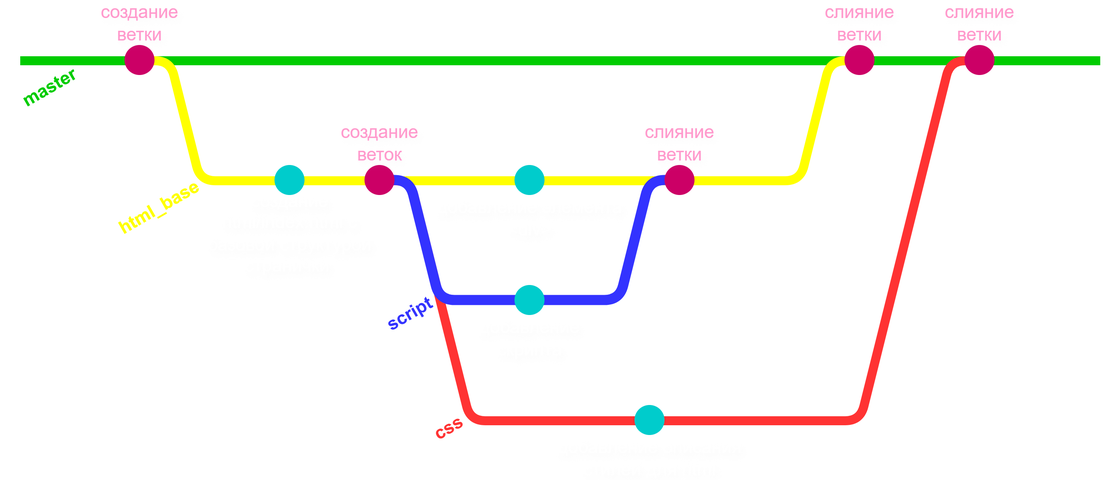
Above: images/lab_3/pic 2.png in Porfik/KTI-lab-manual (draw.io), before the change. Source tidied: cells renumbered, new cells last; positions are measured from the earlier drawing's top-left corner, leaving out a move shared by most shapes. The source it was exported from:
```xml
<mxGraphModel>
  <root>
    <mxCell id="0" />
    <mxCell id="1" parent="0" />
    <mxCell id="2" style="endArrow=none;html=1;rounded=0;strokeWidth=6;strokeColor=light-dark(#000000,#00CC00);" parent="1" edge="1">
      <mxGeometry relative="1" as="geometry">
        <mxPoint x="10" y="40" as="sourcePoint" />
        <mxPoint x="730" y="40" as="targetPoint" />
      </mxGeometry>
    </mxCell>
    <mxCell id="3" style="endArrow=none;html=1;rounded=1;strokeWidth=6;strokeColor=light-dark(#000000,#FFFF00);curved=0;" parent="1" edge="1">
      <mxGeometry relative="1" as="geometry">
        <mxPoint x="90" y="40" as="sourcePoint" />
        <mxPoint x="570" y="40" as="targetPoint" />
        <Array as="points">
          <mxPoint x="110" y="40" />
          <mxPoint x="130" y="120" />
          <mxPoint x="530" y="120" />
          <mxPoint x="550" y="40" />
        </Array>
      </mxGeometry>
    </mxCell>
    <mxCell id="4" style="endArrow=none;html=1;rounded=1;strokeWidth=6;strokeColor=light-dark(#000000,#FF3333);curved=0;" parent="1" edge="1">
      <mxGeometry relative="1" as="geometry">
        <mxPoint x="250" y="120" as="sourcePoint" />
        <mxPoint x="650" y="40" as="targetPoint" />
        <Array as="points">
          <mxPoint x="270" y="120" />
          <mxPoint x="310" y="280" />
          <mxPoint x="570" y="280" />
          <mxPoint x="630" y="40" />
        </Array>
      </mxGeometry>
    </mxCell>
    <mxCell id="5" style="endArrow=none;html=1;rounded=1;strokeWidth=6.8;strokeColor=light-dark(#000000,#3333FF);curved=0;" parent="1" edge="1">
      <mxGeometry relative="1" as="geometry">
        <mxPoint x="250" y="120" as="sourcePoint" />
        <mxPoint x="450" y="120" as="targetPoint" />
        <Array as="points">
          <mxPoint x="270" y="120" />
          <mxPoint x="290" y="200" />
          <mxPoint x="410" y="200" />
          <mxPoint x="430" y="120" />
        </Array>
      </mxGeometry>
    </mxCell>
    <mxCell id="6" style="ellipse;whiteSpace=wrap;html=1;fillColor=light-dark(#FFFFFF,#CC0066);strokeColor=none;" parent="1" vertex="1">
      <mxGeometry x="240" y="110" width="20" height="20" as="geometry" />
    </mxCell>
    <mxCell id="7" style="ellipse;whiteSpace=wrap;html=1;fillColor=light-dark(#FFFFFF,#CC0066);strokeColor=none;" parent="1" vertex="1">
      <mxGeometry x="80" y="30" width="20" height="20" as="geometry" />
    </mxCell>
    <mxCell id="8" style="ellipse;whiteSpace=wrap;html=1;fillColor=light-dark(#FFFFFF,#CC0066);strokeColor=none;" parent="1" vertex="1">
      <mxGeometry x="440" y="110" width="20" height="20" as="geometry" />
    </mxCell>
    <mxCell id="9" style="ellipse;whiteSpace=wrap;html=1;fillColor=light-dark(#FFFFFF,#CC0066);strokeColor=none;" parent="1" vertex="1">
      <mxGeometry x="640" y="30" width="20" height="20" as="geometry" />
    </mxCell>
    <mxCell id="10" style="ellipse;whiteSpace=wrap;html=1;fillColor=light-dark(#FFFFFF,#00CCCC);strokeColor=none;" parent="1" vertex="1">
      <mxGeometry x="340" y="190" width="20" height="20" as="geometry" />
    </mxCell>
    <mxCell id="11" style="ellipse;whiteSpace=wrap;html=1;fillColor=light-dark(#FFFFFF,#00CCCC);strokeColor=none;" parent="1" vertex="1">
      <mxGeometry x="420" y="270" width="20" height="20" as="geometry" />
    </mxCell>
    <mxCell id="12" style="ellipse;whiteSpace=wrap;html=1;fillColor=light-dark(#FFFFFF,#00CCCC);strokeColor=none;" parent="1" vertex="1">
      <mxGeometry x="340" y="110" width="20" height="20" as="geometry" />
    </mxCell>
    <mxCell id="13" style="ellipse;whiteSpace=wrap;html=1;fillColor=light-dark(#FFFFFF,#00CCCC);strokeColor=none;" parent="1" vertex="1">
      <mxGeometry x="180" y="110" width="20" height="20" as="geometry" />
    </mxCell>
    <mxCell id="14" style="ellipse;whiteSpace=wrap;html=1;fillColor=light-dark(#FFFFFF,#CC0066);strokeColor=none;" parent="1" vertex="1">
      <mxGeometry x="560" y="30" width="20" height="20" as="geometry" />
    </mxCell>
    <mxCell id="15" value="&lt;font style=&quot;color: light-dark(rgb(0, 0, 0), rgb(0, 204, 0));&quot;&gt;&lt;b&gt;master&lt;/b&gt;&lt;/font&gt;" style="text;html=1;align=center;verticalAlign=middle;whiteSpace=wrap;rounded=0;rotation=-30;" parent="1" vertex="1">
      <mxGeometry y="43" width="60" height="30" as="geometry" />
    </mxCell>
    <mxCell id="16" value="&lt;font style=&quot;color: light-dark(rgb(255, 255, 0), rgb(255, 255, 0));&quot;&gt;&lt;b&gt;html_base&lt;/b&gt;&lt;/font&gt;" style="text;html=1;align=center;verticalAlign=middle;whiteSpace=wrap;rounded=0;rotation=-30;" parent="1" vertex="1">
      <mxGeometry x="73" y="123" width="60" height="30" as="geometry" />
    </mxCell>
    <mxCell id="17" value="&lt;font style=&quot;color: light-dark(rgb(255, 255, 0), rgb(51, 51, 255));&quot;&gt;&lt;b&gt;script&lt;/b&gt;&lt;/font&gt;" style="text;html=1;align=center;verticalAlign=middle;whiteSpace=wrap;rounded=0;rotation=-30;" parent="1" vertex="1">
      <mxGeometry x="240" y="194" width="60" height="30" as="geometry" />
    </mxCell>
    <mxCell id="18" value="&lt;font style=&quot;color: light-dark(rgb(51, 51, 255), rgb(255, 51, 51));&quot;&gt;&lt;b&gt;css&lt;/b&gt;&lt;/font&gt;" style="text;html=1;align=center;verticalAlign=middle;whiteSpace=wrap;rounded=0;rotation=-30;" parent="1" vertex="1">
      <mxGeometry x="266" y="270" width="60" height="30" as="geometry" />
    </mxCell>
    <mxCell id="19" value="&lt;span&gt;&lt;font style=&quot;color: light-dark(rgb(0, 0, 0), rgb(255, 153, 204));&quot;&gt;создание ветки&lt;/font&gt;&lt;/span&gt;" style="text;html=1;align=center;verticalAlign=middle;whiteSpace=wrap;rounded=0;strokeColor=none;labelBorderColor=none;textShadow=1;" parent="1" vertex="1">
      <mxGeometry x="60" width="60" height="30" as="geometry" />
    </mxCell>
    <mxCell id="20" value="&lt;span&gt;&lt;font style=&quot;color: light-dark(rgb(0, 0, 0), rgb(255, 153, 204));&quot;&gt;создание веток&lt;/font&gt;&lt;/span&gt;" style="text;html=1;align=center;verticalAlign=middle;whiteSpace=wrap;rounded=0;strokeColor=none;labelBorderColor=none;textShadow=1;" parent="1" vertex="1">
      <mxGeometry x="220" y="80" width="60" height="30" as="geometry" />
    </mxCell>
    <mxCell id="21" value="&lt;span&gt;&lt;font style=&quot;color: light-dark(rgb(0, 0, 0), rgb(255, 153, 204));&quot;&gt;слияние&lt;/font&gt;&lt;/span&gt;&lt;div&gt;&lt;span&gt;&lt;font style=&quot;color: light-dark(rgb(0, 0, 0), rgb(255, 153, 204));&quot;&gt;ветки&lt;/font&gt;&lt;/span&gt;&lt;/div&gt;" style="text;html=1;align=center;verticalAlign=middle;whiteSpace=wrap;rounded=0;strokeColor=none;labelBorderColor=none;textShadow=1;" parent="1" vertex="1">
      <mxGeometry x="540" width="60" height="30" as="geometry" />
    </mxCell>
    <mxCell id="22" value="&lt;span&gt;&lt;font style=&quot;color: light-dark(rgb(0, 0, 0), rgb(255, 153, 204));&quot;&gt;слияние&lt;/font&gt;&lt;/span&gt;&lt;div&gt;&lt;span&gt;&lt;font style=&quot;color: light-dark(rgb(0, 0, 0), rgb(255, 153, 204));&quot;&gt;ветки&lt;/font&gt;&lt;/span&gt;&lt;/div&gt;" style="text;html=1;align=center;verticalAlign=middle;whiteSpace=wrap;rounded=0;strokeColor=none;labelBorderColor=none;textShadow=1;" parent="1" vertex="1">
      <mxGeometry x="620" width="60" height="30" as="geometry" />
    </mxCell>
    <mxCell id="23" value="&lt;span&gt;&lt;font style=&quot;color: light-dark(rgb(0, 0, 0), rgb(255, 255, 255));&quot;&gt;создание html/index.html с базовой структурой странички&amp;nbsp;&lt;/font&gt;&lt;/span&gt;" style="text;html=1;align=center;verticalAlign=middle;whiteSpace=wrap;rounded=0;strokeColor=none;labelBorderColor=none;textShadow=1;" parent="1" vertex="1">
      <mxGeometry x="125" y="140" width="130" height="30" as="geometry" />
    </mxCell>
    <mxCell id="24" value="&lt;span&gt;&lt;font style=&quot;color: light-dark(rgb(0, 0, 0), rgb(255, 255, 255));&quot;&gt;добавление элемента &amp;lt;div&amp;gt;&lt;/font&gt;&lt;/span&gt;" style="text;html=1;align=center;verticalAlign=middle;whiteSpace=wrap;rounded=0;strokeColor=none;labelBorderColor=none;textShadow=1;" parent="1" vertex="1">
      <mxGeometry x="285" y="130" width="130" height="30" as="geometry" />
    </mxCell>
    <mxCell id="25" value="&lt;span&gt;добавление&lt;/span&gt;&lt;div&gt;&lt;span&gt;скрипта&lt;/span&gt;&lt;/div&gt;" style="text;html=1;align=center;verticalAlign=middle;whiteSpace=wrap;rounded=0;strokeColor=none;labelBorderColor=none;textShadow=1;" parent="1" vertex="1">
      <mxGeometry x="285" y="210" width="130" height="30" as="geometry" />
    </mxCell>
    <mxCell id="26" value="&lt;span&gt;добавление описания стилей для html&lt;/span&gt;" style="text;html=1;align=center;verticalAlign=middle;whiteSpace=wrap;rounded=0;strokeColor=none;labelBorderColor=none;textShadow=1;" parent="1" vertex="1">
      <mxGeometry x="365" y="290" width="130" height="30" as="geometry" />
    </mxCell>
    <mxCell id="27" value="&lt;span&gt;&lt;font style=&quot;color: light-dark(rgb(0, 0, 0), rgb(255, 153, 204));&quot;&gt;слияние&lt;/font&gt;&lt;/span&gt;&lt;div&gt;&lt;span&gt;&lt;font style=&quot;color: light-dark(rgb(0, 0, 0), rgb(255, 153, 204));&quot;&gt;ветки&lt;/font&gt;&lt;/span&gt;&lt;/div&gt;" style="text;html=1;align=center;verticalAlign=middle;whiteSpace=wrap;rounded=0;strokeColor=none;labelBorderColor=none;textShadow=1;" parent="1" vertex="1">
      <mxGeometry x="420" y="80" width="60" height="30" as="geometry" />
    </mxCell>
  </root>
</mxGraphModel>
```
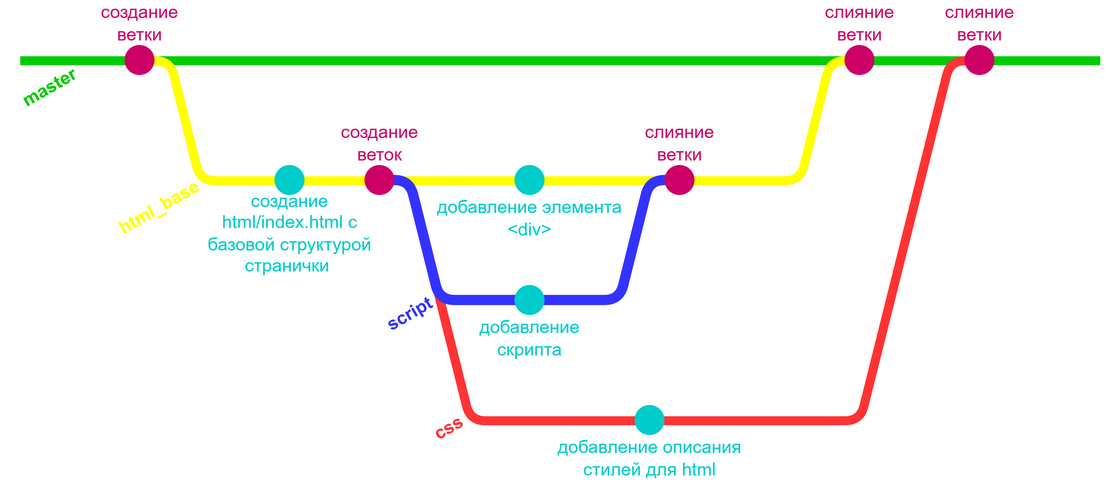
Above is the later version.

Commit message:
Визуальные изменения в схеме веток

Change to the diagram source:
```diff
@@ -83,32 +83,32 @@
     <mxCell id="18" value="&lt;font style=&quot;color: light-dark(rgb(51, 51, 255), rgb(255, 51, 51));&quot;&gt;&lt;b&gt;css&lt;/b&gt;&lt;/font&gt;" style="text;html=1;align=center;verticalAlign=middle;whiteSpace=wrap;rounded=0;rotation=-30;" parent="1" vertex="1">
       <mxGeometry x="266" y="270" width="60" height="30" as="geometry" />
     </mxCell>
-    <mxCell id="19" value="&lt;span&gt;&lt;font style=&quot;color: light-dark(rgb(0, 0, 0), rgb(255, 153, 204));&quot;&gt;создание ветки&lt;/font&gt;&lt;/span&gt;" style="text;html=1;align=center;verticalAlign=middle;whiteSpace=wrap;rounded=0;strokeColor=none;labelBorderColor=none;textShadow=1;" parent="1" vertex="1">
-      <mxGeometry x="60" width="60" height="30" as="geometry" />
-    </mxCell>
-    <mxCell id="20" value="&lt;span&gt;&lt;font style=&quot;color: light-dark(rgb(0, 0, 0), rgb(255, 153, 204));&quot;&gt;создание веток&lt;/font&gt;&lt;/span&gt;" style="text;html=1;align=center;verticalAlign=middle;whiteSpace=wrap;rounded=0;strokeColor=none;labelBorderColor=none;textShadow=1;" parent="1" vertex="1">
+    <mxCell id="20" value="&lt;span&gt;&lt;font style=&quot;&quot;&gt;создание веток&lt;/font&gt;&lt;/span&gt;" style="text;html=1;align=center;verticalAlign=middle;whiteSpace=wrap;rounded=0;strokeColor=none;labelBorderColor=none;textShadow=0;fontColor=light-dark(#000000,#CC0066);" parent="1" vertex="1">
       <mxGeometry x="220" y="80" width="60" height="30" as="geometry" />
     </mxCell>
-    <mxCell id="21" value="&lt;span&gt;&lt;font style=&quot;color: light-dark(rgb(0, 0, 0), rgb(255, 153, 204));&quot;&gt;слияние&lt;/font&gt;&lt;/span&gt;&lt;div&gt;&lt;span&gt;&lt;font style=&quot;color: light-dark(rgb(0, 0, 0), rgb(255, 153, 204));&quot;&gt;ветки&lt;/font&gt;&lt;/span&gt;&lt;/div&gt;" style="text;html=1;align=center;verticalAlign=middle;whiteSpace=wrap;rounded=0;strokeColor=none;labelBorderColor=none;textShadow=1;" parent="1" vertex="1">
+    <mxCell id="21" value="&lt;span&gt;&lt;font style=&quot;&quot;&gt;слияние&lt;/font&gt;&lt;/span&gt;&lt;div&gt;&lt;span&gt;&lt;font style=&quot;&quot;&gt;ветки&lt;/font&gt;&lt;/span&gt;&lt;/div&gt;" style="text;html=1;align=center;verticalAlign=middle;whiteSpace=wrap;rounded=0;strokeColor=none;labelBorderColor=none;textShadow=0;fontFamily=Helvetica;fontSize=12;fontColor=light-dark(#000000,#CC0066);" parent="1" vertex="1">
       <mxGeometry x="540" width="60" height="30" as="geometry" />
     </mxCell>
-    <mxCell id="22" value="&lt;span&gt;&lt;font style=&quot;color: light-dark(rgb(0, 0, 0), rgb(255, 153, 204));&quot;&gt;слияние&lt;/font&gt;&lt;/span&gt;&lt;div&gt;&lt;span&gt;&lt;font style=&quot;color: light-dark(rgb(0, 0, 0), rgb(255, 153, 204));&quot;&gt;ветки&lt;/font&gt;&lt;/span&gt;&lt;/div&gt;" style="text;html=1;align=center;verticalAlign=middle;whiteSpace=wrap;rounded=0;strokeColor=none;labelBorderColor=none;textShadow=1;" parent="1" vertex="1">
+    <mxCell id="22" value="&lt;span&gt;&lt;font style=&quot;&quot;&gt;слияние&lt;/font&gt;&lt;/span&gt;&lt;div&gt;&lt;span&gt;&lt;font style=&quot;&quot;&gt;ветки&lt;/font&gt;&lt;/span&gt;&lt;/div&gt;" style="text;html=1;align=center;verticalAlign=middle;whiteSpace=wrap;rounded=0;strokeColor=none;labelBorderColor=none;textShadow=0;fontColor=light-dark(#000000,#CC0066);" parent="1" vertex="1">
       <mxGeometry x="620" width="60" height="30" as="geometry" />
     </mxCell>
-    <mxCell id="23" value="&lt;span&gt;&lt;font style=&quot;color: light-dark(rgb(0, 0, 0), rgb(255, 255, 255));&quot;&gt;создание html/index.html с базовой структурой странички&amp;nbsp;&lt;/font&gt;&lt;/span&gt;" style="text;html=1;align=center;verticalAlign=middle;whiteSpace=wrap;rounded=0;strokeColor=none;labelBorderColor=none;textShadow=1;" parent="1" vertex="1">
+    <mxCell id="23" value="&lt;span&gt;&lt;font style=&quot;&quot;&gt;создание html/index.html с базовой структурой странички&amp;nbsp;&lt;/font&gt;&lt;/span&gt;" style="text;html=1;align=center;verticalAlign=middle;whiteSpace=wrap;rounded=0;strokeColor=none;labelBorderColor=none;textShadow=0;fontColor=light-dark(#000000,#00CCCC);" parent="1" vertex="1">
       <mxGeometry x="125" y="140" width="130" height="30" as="geometry" />
     </mxCell>
-    <mxCell id="24" value="&lt;span&gt;&lt;font style=&quot;color: light-dark(rgb(0, 0, 0), rgb(255, 255, 255));&quot;&gt;добавление элемента &amp;lt;div&amp;gt;&lt;/font&gt;&lt;/span&gt;" style="text;html=1;align=center;verticalAlign=middle;whiteSpace=wrap;rounded=0;strokeColor=none;labelBorderColor=none;textShadow=1;" parent="1" vertex="1">
+    <mxCell id="24" value="&lt;span&gt;&lt;font style=&quot;&quot;&gt;добавление элемента &amp;lt;div&amp;gt;&lt;/font&gt;&lt;/span&gt;" style="text;html=1;align=center;verticalAlign=middle;whiteSpace=wrap;rounded=0;strokeColor=none;labelBorderColor=none;textShadow=0;fontColor=light-dark(#000000,#00CCCC);" parent="1" vertex="1">
       <mxGeometry x="285" y="130" width="130" height="30" as="geometry" />
     </mxCell>
-    <mxCell id="25" value="&lt;span&gt;добавление&lt;/span&gt;&lt;div&gt;&lt;span&gt;скрипта&lt;/span&gt;&lt;/div&gt;" style="text;html=1;align=center;verticalAlign=middle;whiteSpace=wrap;rounded=0;strokeColor=none;labelBorderColor=none;textShadow=1;" parent="1" vertex="1">
+    <mxCell id="25" value="&lt;span&gt;добавление&lt;/span&gt;&lt;div&gt;&lt;span&gt;скрипта&lt;/span&gt;&lt;/div&gt;" style="text;html=1;align=center;verticalAlign=middle;whiteSpace=wrap;rounded=0;strokeColor=none;labelBorderColor=none;textShadow=0;fontColor=light-dark(#000000,#00CCCC);" parent="1" vertex="1">
       <mxGeometry x="285" y="210" width="130" height="30" as="geometry" />
     </mxCell>
-    <mxCell id="26" value="&lt;span&gt;добавление описания стилей для html&lt;/span&gt;" style="text;html=1;align=center;verticalAlign=middle;whiteSpace=wrap;rounded=0;strokeColor=none;labelBorderColor=none;textShadow=1;" parent="1" vertex="1">
+    <mxCell id="26" value="&lt;span&gt;добавление описания стилей для html&lt;/span&gt;" style="text;html=1;align=center;verticalAlign=middle;whiteSpace=wrap;rounded=0;strokeColor=none;labelBorderColor=none;textShadow=0;fontColor=light-dark(#000000,#00CCCC);" parent="1" vertex="1">
       <mxGeometry x="365" y="290" width="130" height="30" as="geometry" />
     </mxCell>
-    <mxCell id="27" value="&lt;span&gt;&lt;font style=&quot;color: light-dark(rgb(0, 0, 0), rgb(255, 153, 204));&quot;&gt;слияние&lt;/font&gt;&lt;/span&gt;&lt;div&gt;&lt;span&gt;&lt;font style=&quot;color: light-dark(rgb(0, 0, 0), rgb(255, 153, 204));&quot;&gt;ветки&lt;/font&gt;&lt;/span&gt;&lt;/div&gt;" style="text;html=1;align=center;verticalAlign=middle;whiteSpace=wrap;rounded=0;strokeColor=none;labelBorderColor=none;textShadow=1;" parent="1" vertex="1">
+    <mxCell id="27" value="&lt;span&gt;&lt;font style=&quot;&quot;&gt;слияние&lt;/font&gt;&lt;/span&gt;&lt;div&gt;&lt;span&gt;&lt;font style=&quot;&quot;&gt;ветки&lt;/font&gt;&lt;/span&gt;&lt;/div&gt;" style="text;html=1;align=center;verticalAlign=middle;whiteSpace=wrap;rounded=0;strokeColor=none;labelBorderColor=none;textShadow=0;fontColor=light-dark(#000000,#CC0066);" parent="1" vertex="1">
       <mxGeometry x="420" y="80" width="60" height="30" as="geometry" />
     </mxCell>
+    <mxCell id="19" value="&lt;span&gt;&lt;font style=&quot;color: light-dark(rgb(0, 0, 0), rgb(204, 0, 102));&quot;&gt;создание ветки&lt;/font&gt;&lt;/span&gt;" style="text;html=1;align=center;verticalAlign=middle;whiteSpace=wrap;rounded=0;strokeColor=none;labelBorderColor=none;textShadow=0;" parent="1" vertex="1">
+      <mxGeometry x="60" width="60" height="30" as="geometry" />
+    </mxCell>
   </root>
 </mxGraphModel>
```
